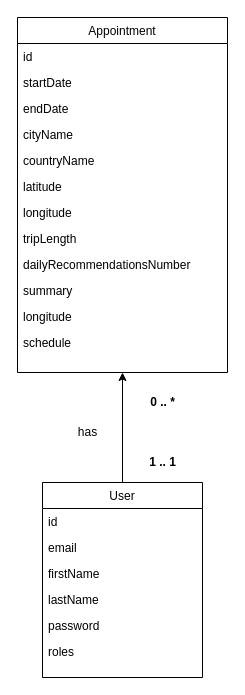
varaticalexandru/wanderlust-api keeps this draw.io diagram as class_diagram.drawio. Above is the earlier version. Source tidied: cells renumbered, new cells numbered last; positions are measured from the earlier drawing's top-left corner, leaving out a move shared by most shapes. Both pictures are drawn from the tidied source at 100%, with x=0, y=0 at pixel (17, 17).
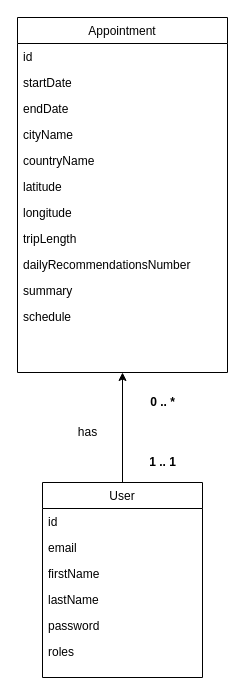
The same page after the edit.

Commit message:
upd class_diagram

The change refers to these unchanged cells:
```xml
<mxCell id="3" value="Appointment" style="swimlane;fontStyle=0;align=center;verticalAlign=top;horizontal=1;startSize=26;rounded=0;shadow=0;strokeWidth=1;" parent="1" vertex="1">
  <mxGeometry width="210" height="355" as="geometry" />
</mxCell>
```

What changed in the source:
```diff
@@
-    <mxCell id="14" value="longitude" style="text;align=left;verticalAlign=top;spacingLeft=4;spacingRight=4;overflow=hidden;rounded=0;shadow=0;html=0;" parent="3" vertex="1">
-      <mxGeometry y="286" width="210" height="26" as="geometry" />
-    </mxCell>
     <mxCell id="15" value="schedule" style="text;align=left;verticalAlign=top;spacingLeft=4;spacingRight=4;overflow=hidden;rounded=0;shadow=0;html=0;" parent="3" vertex="1">
-      <mxGeometry y="312" width="210" height="26" as="geometry" />
+      <mxGeometry y="286" width="210" height="26" as="geometry" />
     </mxCell>
```
